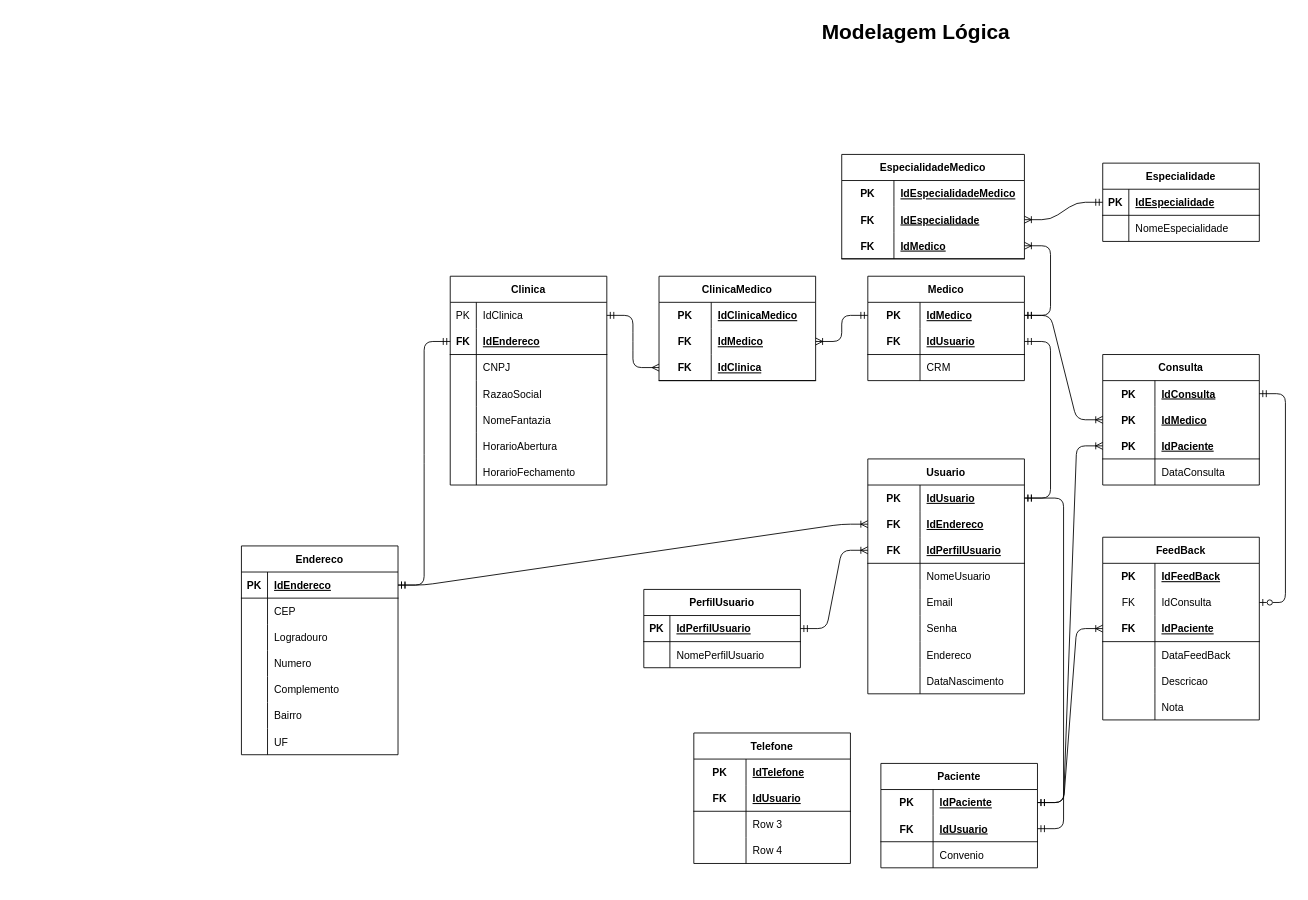
Above: page "Lógico" (2 of 2) of assets/modelagemBancoDeDados/ModelagemConceitualLogicaFisica.drawio in AllanR1991/HealthClinic-Project (draw.io), before the change. Source tidied: cells renumbered, new cells numbered last; positions are measured from the earlier drawing's top-left corner, leaving out a move shared by most shapes. Both pictures are drawn from the tidied source at 87%, with x=0, y=0 at pixel (241, 15).
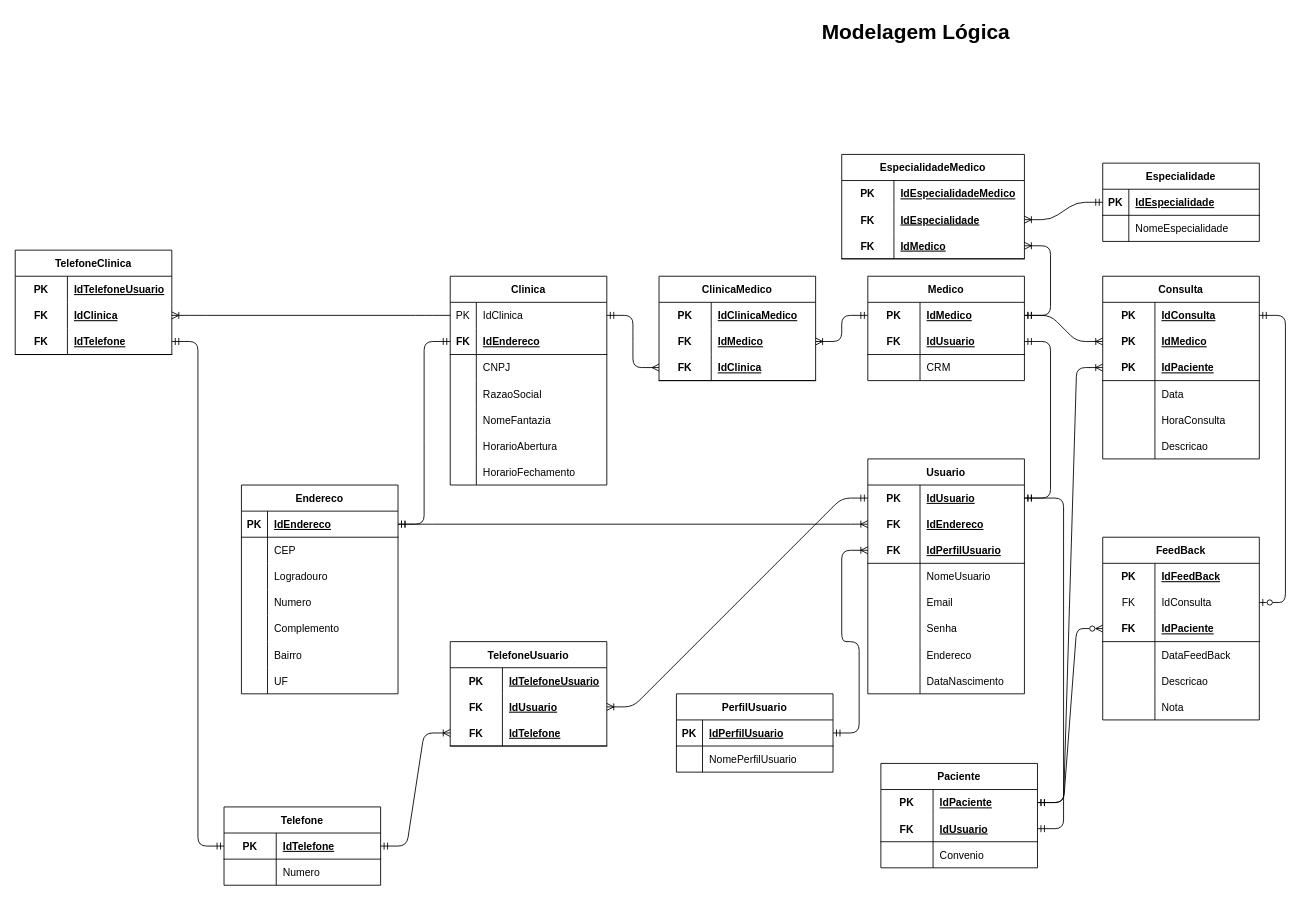
After the change.

The change refers to these unchanged cells:
```xml
<mxCell id="4" style="shape=tableRow;horizontal=0;startSize=0;swimlaneHead=0;swimlaneBody=0;fillColor=none;points=[[0,0.5],[1,0.5]];portConstraint=eastwest;top=0;left=0;right=0;bottom=0;" parent="3" vertex="1">
  <mxGeometry y="30" width="180" height="30" as="geometry" />
</mxCell>
<mxCell id="48" style="shape=tableRow;horizontal=0;startSize=0;swimlaneHead=0;swimlaneBody=0;fillColor=none;points=[[0,0.5],[1,0.5]];portConstraint=eastwest;top=0;left=0;right=0;bottom=0;labelBackgroundColor=none;strokeColor=default;fontColor=default;" parent="47" vertex="1">
  <mxGeometry y="30" width="180" height="30" as="geometry" />
</mxCell>
<mxCell id="82" style="shape=tableRow;horizontal=0;startSize=0;swimlaneHead=0;swimlaneBody=0;fillColor=none;points=[[0,0.5],[1,0.5]];portConstraint=eastwest;top=0;left=0;right=0;bottom=0;labelBackgroundColor=none;strokeColor=default;fontColor=default;" parent="81" vertex="1">
  <mxGeometry y="30" width="180" height="30" as="geometry" />
</mxCell>
<mxCell id="121" style="shape=tableRow;horizontal=0;startSize=0;swimlaneHead=0;swimlaneBody=0;fillColor=none;top=0;left=0;right=0;bottom=0;labelBackgroundColor=none;strokeColor=default;fontColor=default;" parent="111" vertex="1">
  <mxGeometry y="120" width="180" height="30" as="geometry" />
</mxCell>
<mxCell id="133" style="shape=tableRow;horizontal=0;startSize=0;swimlaneHead=0;swimlaneBody=0;fillColor=none;points=[[0,0.5],[1,0.5]];portConstraint=eastwest;top=0;left=0;right=0;bottom=1;labelBackgroundColor=none;strokeColor=default;fontColor=default;" parent="126" vertex="1">
  <mxGeometry y="90" width="180" height="30" as="geometry" />
</mxCell>
```

Change to the diagram source:
```diff
@@
     <mxCell id="72" value="PerfilUsuario" style="shape=table;startSize=30;childLayout=tableLayout;rowLines=0;fontStyle=1;align=center;labelBackgroundColor=none;strokeColor=default;fontColor=default;fillColor=none;" parent="1" vertex="1">
-      <mxGeometry x="462.5" y="660" width="180" height="90" as="geometry" />
+      <mxGeometry x="500" y="780" width="180" height="90" as="geometry" />
     </mxCell>
@@
     <mxCell id="111" value="Consulta" style="shape=table;startSize=30;childLayout=tableLayout;rowLines=0;fontStyle=1;align=center;labelBackgroundColor=none;strokeColor=default;fontColor=default;fillColor=none;" parent="1" vertex="1">
-      <mxGeometry x="990" y="390" width="180" height="150" as="geometry" />
+      <mxGeometry x="990" y="300" width="180" height="210" as="geometry" />
     </mxCell>
@@
-    <mxCell id="122" style="shape=partialRectangle;fillColor=none;top=0;left=0;bottom=0;right=0;overflow=hidden;labelBackgroundColor=none;strokeColor=default;fontColor=default;" parent="121" vertex="1">
-      <mxGeometry width="60" height="30" as="geometry" />
-    </mxCell>
-    <mxCell id="123" value="DataConsulta" style="shape=partialRectangle;fillColor=none;top=0;left=0;bottom=0;right=0;align=left;spacingLeft=6;overflow=hidden;labelBackgroundColor=none;strokeColor=default;fontColor=default;" parent="121" vertex="1">
-      <mxGeometry x="60" width="120" height="30" as="geometry" />
-    </mxCell>
+    <mxCell id="184" style="shape=partialRectangle;fillColor=none;top=0;left=0;bottom=0;right=0;overflow=hidden;labelBackgroundColor=none;strokeColor=default;fontColor=default;" parent="121" vertex="1">
+      <mxGeometry width="60" height="30" as="geometry" />
+    </mxCell>
+    <mxCell id="185" value="Data" style="shape=partialRectangle;fillColor=none;top=0;left=0;bottom=0;right=0;align=left;spacingLeft=6;overflow=hidden;labelBackgroundColor=none;strokeColor=default;fontColor=default;" parent="121" vertex="1">
+      <mxGeometry x="60" width="120" height="30" as="geometry" />
+    </mxCell>
+    <mxCell id="186" style="shape=tableRow;horizontal=0;startSize=0;swimlaneHead=0;swimlaneBody=0;fillColor=none;top=0;left=0;right=0;bottom=0;labelBackgroundColor=none;strokeColor=default;fontColor=default;" parent="111" vertex="1">
+      <mxGeometry y="150" width="180" height="30" as="geometry" />
+    </mxCell>
+    <mxCell id="187" style="shape=partialRectangle;fillColor=none;top=0;left=0;bottom=0;right=0;overflow=hidden;labelBackgroundColor=none;strokeColor=default;fontColor=default;" parent="186" vertex="1">
+      <mxGeometry width="60" height="30" as="geometry" />
+    </mxCell>
+    <mxCell id="188" value="HoraConsulta" style="shape=partialRectangle;fillColor=none;top=0;left=0;bottom=0;right=0;align=left;spacingLeft=6;overflow=hidden;labelBackgroundColor=none;strokeColor=default;fontColor=default;" parent="186" vertex="1">
+      <mxGeometry x="60" width="120" height="30" as="geometry" />
+    </mxCell>
+    <mxCell id="189" style="shape=tableRow;horizontal=0;startSize=0;swimlaneHead=0;swimlaneBody=0;fillColor=none;top=0;left=0;right=0;bottom=0;labelBackgroundColor=none;strokeColor=default;fontColor=default;" parent="111" vertex="1">
+      <mxGeometry y="180" width="180" height="30" as="geometry" />
+    </mxCell>
+    <mxCell id="190" style="shape=partialRectangle;fillColor=none;top=0;left=0;bottom=0;right=0;overflow=hidden;labelBackgroundColor=none;strokeColor=default;fontColor=default;" parent="189" vertex="1">
+      <mxGeometry width="60" height="30" as="geometry" />
+    </mxCell>
+    <mxCell id="191" value="Descricao" style="shape=partialRectangle;fillColor=none;top=0;left=0;bottom=0;right=0;align=left;spacingLeft=6;overflow=hidden;labelBackgroundColor=none;strokeColor=default;fontColor=default;" parent="189" vertex="1">
+      <mxGeometry x="60" width="120" height="30" as="geometry" />
+    </mxCell>
@@
-    <mxCell id="145" style="edgeStyle=entityRelationEdgeStyle;fontSize=12;html=1;endArrow=ERoneToMany;fontColor=default;endFill=0;startArrow=ERmandOne;startFill=0;" parent="1" edge="1" source="82" target="133">
+    <mxCell id="145" style="edgeStyle=entityRelationEdgeStyle;fontSize=12;html=1;endArrow=ERzeroToMany;fontColor=default;endFill=0;startArrow=ERmandOne;startFill=0;" parent="1" edge="1" source="82" target="133">
       <mxGeometry relative="1" as="geometry" />
     </mxCell>
@@
     <mxCell id="147" value="Endereco" style="shape=table;startSize=30;childLayout=tableLayout;rowLines=0;fontStyle=1;align=center;" parent="1" vertex="1">
-      <mxGeometry y="610" width="180" height="240" as="geometry" />
+      <mxGeometry y="540" width="180" height="240" as="geometry" />
     </mxCell>
@@
     <mxCell id="171" value="Telefone" style="shape=table;startSize=30;childLayout=tableLayout;rowLines=0;fontStyle=1;align=center;" parent="1" vertex="1">
-      <mxGeometry x="520" y="825" width="180" height="150" as="geometry" />
+      <mxGeometry x="-20" y="910" width="180" height="90" as="geometry" />
     </mxCell>
-    <mxCell id="172" style="shape=tableRow;horizontal=0;startSize=0;swimlaneHead=0;swimlaneBody=0;fillColor=none;top=0;left=0;right=0;bottom=0;" parent="171" vertex="1">
-      <mxGeometry y="30" width="180" height="30" as="geometry" />
-    </mxCell>
-    <mxCell id="173" value="PK" style="shape=partialRectangle;fillColor=none;top=0;left=0;bottom=0;right=0;fontStyle=1;overflow=hidden;" parent="172" vertex="1">
-      <mxGeometry width="60" height="30" as="geometry" />
-    </mxCell>
-    <mxCell id="174" value="IdTelefone" style="shape=partialRectangle;fillColor=none;top=0;left=0;bottom=0;right=0;align=left;spacingLeft=6;fontStyle=5;overflow=hidden;" parent="172" vertex="1">
-      <mxGeometry x="60" width="120" height="30" as="geometry" />
-    </mxCell>
     <mxCell id="175" style="shape=tableRow;horizontal=0;startSize=0;swimlaneHead=0;swimlaneBody=0;fillColor=none;points=[[0,0.5],[1,0.5]];portConstraint=eastwest;top=0;left=0;right=0;bottom=1;" parent="171" vertex="1">
-      <mxGeometry y="60" width="180" height="30" as="geometry" />
+      <mxGeometry y="30" width="180" height="30" as="geometry" />
     </mxCell>
-    <mxCell id="176" value="FK" style="shape=partialRectangle;fillColor=none;top=0;left=0;bottom=0;right=0;fontStyle=1;overflow=hidden;" parent="175" vertex="1">
+    <mxCell id="176" value="PK" style="shape=partialRectangle;fillColor=none;top=0;left=0;bottom=0;right=0;fontStyle=1;overflow=hidden;" parent="175" vertex="1">
       <mxGeometry width="60" height="30" as="geometry" />
     </mxCell>
-    <mxCell id="177" value="IdUsuario" style="shape=partialRectangle;fillColor=none;top=0;left=0;bottom=0;right=0;align=left;spacingLeft=6;fontStyle=5;overflow=hidden;" parent="175" vertex="1">
+    <mxCell id="177" value="IdTelefone" style="shape=partialRectangle;fillColor=none;top=0;left=0;bottom=0;right=0;align=left;spacingLeft=6;fontStyle=5;overflow=hidden;" parent="175" vertex="1">
       <mxGeometry x="60" width="120" height="30" as="geometry" />
     </mxCell>
     <mxCell id="178" style="shape=tableRow;horizontal=0;startSize=0;swimlaneHead=0;swimlaneBody=0;fillColor=none;top=0;left=0;right=0;bottom=0;" parent="171" vertex="1">
-      <mxGeometry y="90" width="180" height="30" as="geometry" />
+      <mxGeometry y="60" width="180" height="30" as="geometry" />
     </mxCell>
@@
-    <mxCell id="180" value="Row 3" style="shape=partialRectangle;fillColor=none;top=0;left=0;bottom=0;right=0;align=left;spacingLeft=6;overflow=hidden;" parent="178" vertex="1">
+    <mxCell id="180" value="Numero" style="shape=partialRectangle;fillColor=none;top=0;left=0;bottom=0;right=0;align=left;spacingLeft=6;overflow=hidden;" parent="178" vertex="1">
       <mxGeometry x="60" width="120" height="30" as="geometry" />
     </mxCell>
-    <mxCell id="181" style="shape=tableRow;horizontal=0;startSize=0;swimlaneHead=0;swimlaneBody=0;fillColor=none;top=0;left=0;right=0;bottom=0;" parent="171" vertex="1">
-      <mxGeometry y="120" width="180" height="30" as="geometry" />
-    </mxCell>
-    <mxCell id="182" style="shape=partialRectangle;fillColor=none;top=0;left=0;bottom=0;right=0;overflow=hidden;" parent="181" vertex="1">
-      <mxGeometry width="60" height="30" as="geometry" />
-    </mxCell>
-    <mxCell id="183" value="Row 4" style="shape=partialRectangle;fillColor=none;top=0;left=0;bottom=0;right=0;align=left;spacingLeft=6;overflow=hidden;" parent="181" vertex="1">
-      <mxGeometry x="60" width="120" height="30" as="geometry" />
-    </mxCell>
+    <mxCell id="192" value="TelefoneUsuario" style="shape=table;startSize=30;childLayout=tableLayout;rowLines=0;fontStyle=1;align=center;" parent="1" vertex="1">
+      <mxGeometry x="240" y="720" width="180" height="120" as="geometry" />
+    </mxCell>
+    <mxCell id="193" style="shape=tableRow;horizontal=0;startSize=0;swimlaneHead=0;swimlaneBody=0;fillColor=none;top=0;left=0;right=0;bottom=0;" parent="192" vertex="1">
+      <mxGeometry y="30" width="180" height="30" as="geometry" />
+    </mxCell>
+    <mxCell id="194" value="PK" style="shape=partialRectangle;fillColor=none;top=0;left=0;bottom=0;right=0;fontStyle=1;overflow=hidden;" parent="193" vertex="1">
+      <mxGeometry width="60" height="30" as="geometry" />
+    </mxCell>
+    <mxCell id="195" value="IdTelefoneUsuario" style="shape=partialRectangle;fillColor=none;top=0;left=0;bottom=0;right=0;align=left;spacingLeft=6;fontStyle=5;overflow=hidden;" parent="193" vertex="1">
+      <mxGeometry x="60" width="120" height="30" as="geometry" />
+    </mxCell>
+    <mxCell id="196" style="shape=tableRow;horizontal=0;startSize=0;swimlaneHead=0;swimlaneBody=0;fillColor=none;points=[[0,0.5],[1,0.5]];portConstraint=eastwest;top=0;left=0;right=0;bottom=0;labelBackgroundColor=none;strokeColor=default;fontColor=default;" parent="192" vertex="1">
+      <mxGeometry y="60" width="180" height="30" as="geometry" />
+    </mxCell>
+    <mxCell id="197" value="FK" style="shape=partialRectangle;fillColor=none;top=0;left=0;bottom=0;right=0;fontStyle=1;overflow=hidden;labelBackgroundColor=none;strokeColor=default;fontColor=default;" parent="196" vertex="1">
+      <mxGeometry width="60" height="30" as="geometry" />
+    </mxCell>
+    <mxCell id="198" value="IdUsuario" style="shape=partialRectangle;fillColor=none;top=0;left=0;bottom=0;right=0;align=left;spacingLeft=6;fontStyle=5;overflow=hidden;labelBackgroundColor=none;strokeColor=default;fontColor=default;" parent="196" vertex="1">
+      <mxGeometry x="60" width="120" height="30" as="geometry" />
+    </mxCell>
+    <mxCell id="199" style="shape=tableRow;horizontal=0;startSize=0;swimlaneHead=0;swimlaneBody=0;fillColor=none;points=[[0,0.5],[1,0.5]];portConstraint=eastwest;top=0;left=0;right=0;bottom=1;" parent="192" vertex="1">
+      <mxGeometry y="90" width="180" height="30" as="geometry" />
+    </mxCell>
+    <mxCell id="200" value="FK" style="shape=partialRectangle;fillColor=none;top=0;left=0;bottom=0;right=0;fontStyle=1;overflow=hidden;" parent="199" vertex="1">
+      <mxGeometry width="60" height="30" as="geometry" />
+    </mxCell>
+    <mxCell id="201" value="IdTelefone" style="shape=partialRectangle;fillColor=none;top=0;left=0;bottom=0;right=0;align=left;spacingLeft=6;fontStyle=5;overflow=hidden;" parent="199" vertex="1">
+      <mxGeometry x="60" width="120" height="30" as="geometry" />
+    </mxCell>
+    <mxCell id="202" style="edgeStyle=entityRelationEdgeStyle;fontSize=12;html=1;endArrow=ERoneToMany;startArrow=ERmandOne;startFill=0;endFill=0;" parent="1" edge="1" source="48" target="196">
+      <mxGeometry relative="1" as="geometry" />
+    </mxCell>
+    <mxCell id="203" style="edgeStyle=entityRelationEdgeStyle;fontSize=12;html=1;endArrow=ERoneToMany;startArrow=ERmandOne;startFill=0;" parent="1" edge="1" source="175" target="199">
+      <mxGeometry relative="1" as="geometry" />
+    </mxCell>
+    <mxCell id="204" value="TelefoneClinica" style="shape=table;startSize=30;childLayout=tableLayout;rowLines=0;fontStyle=1;align=center;" parent="1" vertex="1">
+      <mxGeometry x="-260" y="270" width="180" height="120" as="geometry" />
+    </mxCell>
+    <mxCell id="205" style="shape=tableRow;horizontal=0;startSize=0;swimlaneHead=0;swimlaneBody=0;fillColor=none;top=0;left=0;right=0;bottom=0;" parent="204" vertex="1">
+      <mxGeometry y="30" width="180" height="30" as="geometry" />
+    </mxCell>
+    <mxCell id="206" value="PK" style="shape=partialRectangle;fillColor=none;top=0;left=0;bottom=0;right=0;fontStyle=1;overflow=hidden;" parent="205" vertex="1">
+      <mxGeometry width="60" height="30" as="geometry" />
+    </mxCell>
+    <mxCell id="207" value="IdTelefoneUsuario" style="shape=partialRectangle;fillColor=none;top=0;left=0;bottom=0;right=0;align=left;spacingLeft=6;fontStyle=5;overflow=hidden;" parent="205" vertex="1">
+      <mxGeometry x="60" width="120" height="30" as="geometry" />
+    </mxCell>
+    <mxCell id="208" style="shape=tableRow;horizontal=0;startSize=0;swimlaneHead=0;swimlaneBody=0;fillColor=none;points=[[0,0.5],[1,0.5]];portConstraint=eastwest;top=0;left=0;right=0;bottom=0;labelBackgroundColor=none;strokeColor=default;fontColor=default;" parent="204" vertex="1">
+      <mxGeometry y="60" width="180" height="30" as="geometry" />
+    </mxCell>
+    <mxCell id="209" value="FK" style="shape=partialRectangle;fillColor=none;top=0;left=0;bottom=0;right=0;fontStyle=1;overflow=hidden;labelBackgroundColor=none;strokeColor=default;fontColor=default;" parent="208" vertex="1">
+      <mxGeometry width="60" height="30" as="geometry" />
+    </mxCell>
+    <mxCell id="210" value="IdClinica" style="shape=partialRectangle;fillColor=none;top=0;left=0;bottom=0;right=0;align=left;spacingLeft=6;fontStyle=5;overflow=hidden;labelBackgroundColor=none;strokeColor=default;fontColor=default;" parent="208" vertex="1">
+      <mxGeometry x="60" width="120" height="30" as="geometry" />
+    </mxCell>
+    <mxCell id="211" style="shape=tableRow;horizontal=0;startSize=0;swimlaneHead=0;swimlaneBody=0;fillColor=none;points=[[0,0.5],[1,0.5]];portConstraint=eastwest;top=0;left=0;right=0;bottom=1;" parent="204" vertex="1">
+      <mxGeometry y="90" width="180" height="30" as="geometry" />
+    </mxCell>
+    <mxCell id="212" value="FK" style="shape=partialRectangle;fillColor=none;top=0;left=0;bottom=0;right=0;fontStyle=1;overflow=hidden;" parent="211" vertex="1">
+      <mxGeometry width="60" height="30" as="geometry" />
+    </mxCell>
+    <mxCell id="213" value="IdTelefone" style="shape=partialRectangle;fillColor=none;top=0;left=0;bottom=0;right=0;align=left;spacingLeft=6;fontStyle=5;overflow=hidden;" parent="211" vertex="1">
+      <mxGeometry x="60" width="120" height="30" as="geometry" />
+    </mxCell>
+    <mxCell id="214" style="edgeStyle=entityRelationEdgeStyle;fontSize=12;html=1;endArrow=ERoneToMany;" parent="1" edge="1" source="4" target="208">
+      <mxGeometry relative="1" as="geometry" />
+    </mxCell>
+    <mxCell id="215" style="edgeStyle=entityRelationEdgeStyle;fontSize=12;html=1;endArrow=ERmandOne;endFill=0;startArrow=ERmandOne;startFill=0;" parent="1" edge="1" source="175" target="211">
+      <mxGeometry relative="1" as="geometry" />
+    </mxCell>
```
